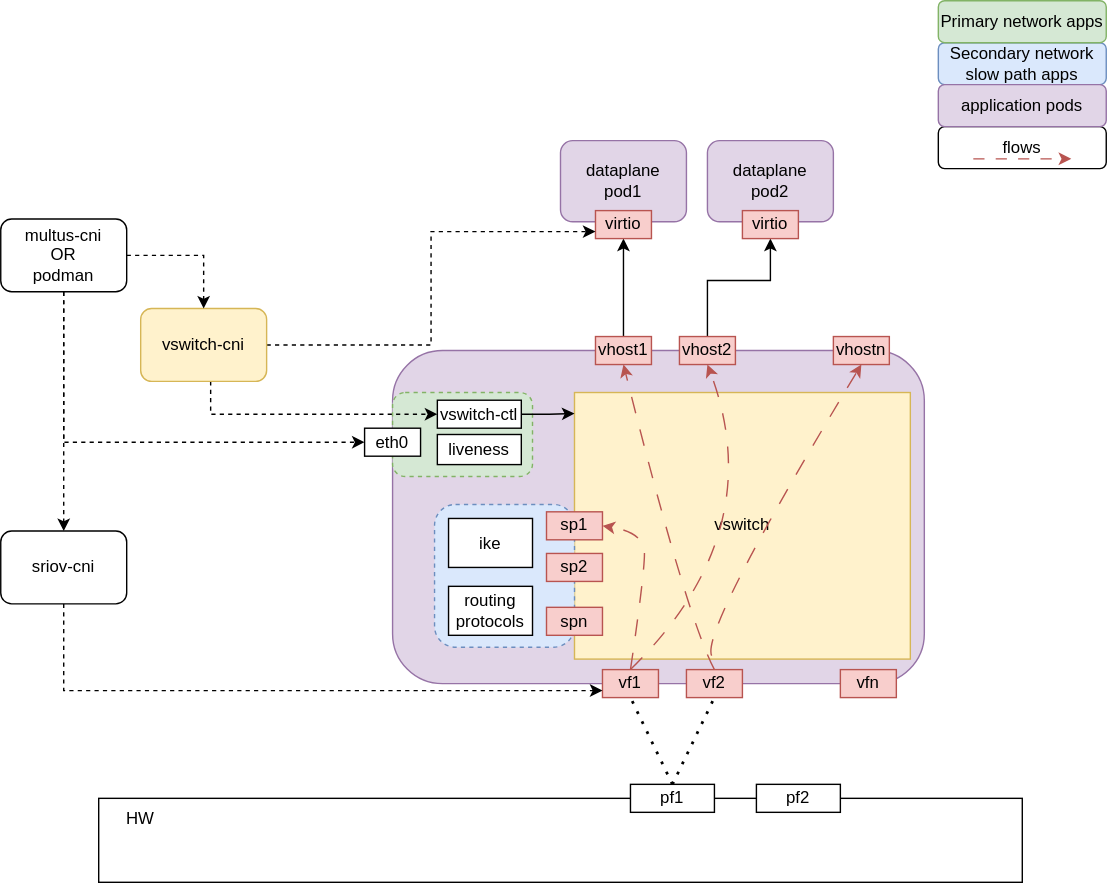
Earlier version of the draw.io export vswitch.drawio.svg (sriramy/vswitch). Source tidied: cells renumbered, new cells last; positions are measured from the earlier drawing's top-left corner, leaving out a move shared by most shapes. Its diagram source:
```xml
<mxGraphModel>
  <root>
    <mxCell id="0" />
    <mxCell id="1" parent="0" />
    <mxCell id="2" value="flows" style="rounded=1;whiteSpace=wrap;html=1;" parent="1" vertex="1">
      <mxGeometry x="670" y="90" width="120" height="30" as="geometry" />
    </mxCell>
    <mxCell id="3" style="rounded=1;whiteSpace=wrap;html=1;fillColor=#e1d5e7;strokeColor=#9673a6;" parent="1" vertex="1">
      <mxGeometry x="280" y="250" width="380" height="238" as="geometry" />
    </mxCell>
    <mxCell id="4" value="vf2" style="rounded=0;whiteSpace=wrap;html=1;fillColor=#f8cecc;strokeColor=#b85450;" parent="1" vertex="1">
      <mxGeometry x="490" y="478" width="40" height="20" as="geometry" />
    </mxCell>
    <mxCell id="5" value="vfn" style="rounded=0;whiteSpace=wrap;html=1;fillColor=#f8cecc;strokeColor=#b85450;" parent="1" vertex="1">
      <mxGeometry x="600" y="478" width="40" height="20" as="geometry" />
    </mxCell>
    <mxCell id="6" style="edgeStyle=orthogonalEdgeStyle;rounded=0;jettySize=auto;html=1;entryX=0.5;entryY=1;entryDx=0;entryDy=0;" parent="1" edge="1" source="7" target="36">
      <mxGeometry relative="1" as="geometry" />
    </mxCell>
    <mxCell id="7" value="vhost1" style="rounded=0;whiteSpace=wrap;html=1;fillColor=#f8cecc;strokeColor=#b85450;" parent="1" vertex="1">
      <mxGeometry x="425" y="240" width="40" height="20" as="geometry" />
    </mxCell>
    <mxCell id="8" style="edgeStyle=orthogonalEdgeStyle;rounded=0;jettySize=auto;html=1;entryX=0.5;entryY=1;entryDx=0;entryDy=0;" parent="1" edge="1" source="9" target="38">
      <mxGeometry relative="1" as="geometry">
        <Array as="points">
          <mxPoint x="505" y="200" />
          <mxPoint x="550" y="200" />
        </Array>
      </mxGeometry>
    </mxCell>
    <mxCell id="9" value="vhost2" style="rounded=0;whiteSpace=wrap;html=1;fillColor=#f8cecc;strokeColor=#b85450;" parent="1" vertex="1">
      <mxGeometry x="485" y="240" width="40" height="20" as="geometry" />
    </mxCell>
    <mxCell id="10" value="vhostn" style="rounded=0;whiteSpace=wrap;html=1;fillColor=#f8cecc;strokeColor=#b85450;" parent="1" vertex="1">
      <mxGeometry x="595" y="240" width="40" height="20" as="geometry" />
    </mxCell>
    <mxCell id="11" style="rounded=0;whiteSpace=wrap;html=1;" parent="1" vertex="1">
      <mxGeometry x="70" y="570" width="660" height="60" as="geometry" />
    </mxCell>
    <mxCell id="12" value="HW" style="text;html=1;strokeColor=none;fillColor=none;align=center;verticalAlign=middle;whiteSpace=wrap;rounded=0;" parent="1" vertex="1">
      <mxGeometry x="70" y="570" width="60" height="30" as="geometry" />
    </mxCell>
    <mxCell id="13" value="pf1" style="rounded=0;whiteSpace=wrap;html=1;" parent="1" vertex="1">
      <mxGeometry x="450" y="560" width="60" height="20" as="geometry" />
    </mxCell>
    <mxCell id="14" value="pf2" style="rounded=0;whiteSpace=wrap;html=1;" parent="1" vertex="1">
      <mxGeometry x="540" y="560" width="60" height="20" as="geometry" />
    </mxCell>
    <mxCell id="15" style="endArrow=none;dashed=1;html=1;dashPattern=1 3;strokeWidth=2;rounded=0;entryX=0.5;entryY=1;entryDx=0;entryDy=0;exitX=0.5;exitY=0;exitDx=0;exitDy=0;" parent="1" edge="1" source="13" target="30">
      <mxGeometry relative="1" as="geometry" />
    </mxCell>
    <mxCell id="16" style="endArrow=none;dashed=1;html=1;dashPattern=1 3;strokeWidth=2;rounded=0;entryX=0.5;entryY=1;entryDx=0;entryDy=0;exitX=0.5;exitY=0;exitDx=0;exitDy=0;" parent="1" edge="1" source="13" target="4">
      <mxGeometry relative="1" as="geometry" />
    </mxCell>
    <mxCell id="17" style="rounded=1;whiteSpace=wrap;html=1;dashed=1;fillColor=#d5e8d4;strokeColor=#82b366;" parent="1" vertex="1">
      <mxGeometry x="280" y="280" width="100" height="60" as="geometry" />
    </mxCell>
    <mxCell id="18" value="vswitch" style="rounded=0;whiteSpace=wrap;html=1;fillColor=#fff2cc;strokeColor=#d6b656;" parent="1" vertex="1">
      <mxGeometry x="410" y="280" width="240" height="190.5" as="geometry" />
    </mxCell>
    <mxCell id="19" style="rounded=1;whiteSpace=wrap;html=1;dashed=1;fillColor=#dae8fc;strokeColor=#6c8ebf;" parent="1" vertex="1">
      <mxGeometry x="310" y="360" width="100" height="102" as="geometry" />
    </mxCell>
    <mxCell id="20" value="ike" style="rounded=0;whiteSpace=wrap;html=1;" parent="1" vertex="1">
      <mxGeometry x="320" y="370" width="60" height="35" as="geometry" />
    </mxCell>
    <mxCell id="21" value="routing protocols" style="rounded=0;whiteSpace=wrap;html=1;" parent="1" vertex="1">
      <mxGeometry x="320" y="418.5" width="60" height="35" as="geometry" />
    </mxCell>
    <mxCell id="22" style="edgeStyle=orthogonalEdgeStyle;rounded=0;jettySize=auto;html=1;entryX=0;entryY=0.079;entryDx=0;entryDy=0;entryPerimeter=0;" parent="1" edge="1" source="23" target="18">
      <mxGeometry relative="1" as="geometry" />
    </mxCell>
    <mxCell id="23" value="vswitch-ctl" style="rounded=0;whiteSpace=wrap;html=1;" parent="1" vertex="1">
      <mxGeometry x="312" y="285.5" width="60" height="20" as="geometry" />
    </mxCell>
    <mxCell id="24" value="Secondary network slow path apps" style="rounded=1;whiteSpace=wrap;html=1;fillColor=#dae8fc;strokeColor=#6c8ebf;" parent="1" vertex="1">
      <mxGeometry x="670" y="30" width="120" height="30" as="geometry" />
    </mxCell>
    <mxCell id="25" value="Primary network apps" style="rounded=1;whiteSpace=wrap;html=1;fillColor=#d5e8d4;strokeColor=#82b366;" parent="1" vertex="1">
      <mxGeometry x="670" width="120" height="30" as="geometry" />
    </mxCell>
    <mxCell id="26" value="sp1" style="rounded=0;whiteSpace=wrap;html=1;fillColor=#f8cecc;strokeColor=#b85450;" parent="1" vertex="1">
      <mxGeometry x="390" y="365.2" width="40" height="20" as="geometry" />
    </mxCell>
    <mxCell id="27" value="sp2" style="rounded=0;whiteSpace=wrap;html=1;fillColor=#f8cecc;strokeColor=#b85450;" parent="1" vertex="1">
      <mxGeometry x="390" y="395" width="40" height="20" as="geometry" />
    </mxCell>
    <mxCell id="28" value="spn" style="rounded=0;whiteSpace=wrap;html=1;fillColor=#f8cecc;strokeColor=#b85450;" parent="1" vertex="1">
      <mxGeometry x="390" y="433.5" width="40" height="20" as="geometry" />
    </mxCell>
    <mxCell id="29" value="eth0" style="rounded=0;whiteSpace=wrap;html=1;" parent="1" vertex="1">
      <mxGeometry x="260" y="305.5" width="40" height="20" as="geometry" />
    </mxCell>
    <mxCell id="30" value="vf1" style="rounded=0;whiteSpace=wrap;html=1;fillColor=#f8cecc;strokeColor=#b85450;" parent="1" vertex="1">
      <mxGeometry x="430" y="478" width="40" height="20" as="geometry" />
    </mxCell>
    <mxCell id="31" value="liveness" style="rounded=0;whiteSpace=wrap;html=1;" parent="1" vertex="1">
      <mxGeometry x="312" y="310" width="60" height="21.5" as="geometry" />
    </mxCell>
    <mxCell id="32" style="curved=1;endArrow=classic;html=1;rounded=0;exitX=0.5;exitY=0;exitDx=0;exitDy=0;entryX=0.5;entryY=1;entryDx=0;entryDy=0;dashed=1;dashPattern=12 12;fillColor=#f8cecc;strokeColor=#b85450;" parent="1" edge="1" source="30" target="9">
      <mxGeometry relative="1" as="geometry">
        <Array as="points">
          <mxPoint x="550" y="380" />
        </Array>
      </mxGeometry>
    </mxCell>
    <mxCell id="33" style="curved=1;endArrow=classic;html=1;rounded=0;exitX=0.5;exitY=0;exitDx=0;exitDy=0;entryX=1;entryY=0.5;entryDx=0;entryDy=0;dashed=1;dashPattern=12 12;fillColor=#f8cecc;strokeColor=#b85450;" parent="1" edge="1" source="30" target="26">
      <mxGeometry relative="1" as="geometry">
        <Array as="points">
          <mxPoint x="460" y="410" />
          <mxPoint x="460" y="380" />
        </Array>
      </mxGeometry>
    </mxCell>
    <mxCell id="34" style="curved=1;endArrow=classic;html=1;rounded=0;exitX=0.5;exitY=0;exitDx=0;exitDy=0;entryX=0.5;entryY=1;entryDx=0;entryDy=0;dashed=1;dashPattern=12 12;fillColor=#f8cecc;strokeColor=#b85450;" parent="1" edge="1" source="4" target="7">
      <mxGeometry relative="1" as="geometry">
        <Array as="points">
          <mxPoint x="490" y="440" />
        </Array>
      </mxGeometry>
    </mxCell>
    <mxCell id="35" value="dataplane&lt;br&gt;pod1" style="rounded=1;whiteSpace=wrap;html=1;fillColor=#e1d5e7;strokeColor=#9673a6;" parent="1" vertex="1">
      <mxGeometry x="400" y="100" width="90" height="58" as="geometry" />
    </mxCell>
    <mxCell id="36" value="virtio" style="rounded=0;whiteSpace=wrap;html=1;fillColor=#f8cecc;strokeColor=#b85450;" parent="1" vertex="1">
      <mxGeometry x="425" y="150" width="40" height="20" as="geometry" />
    </mxCell>
    <mxCell id="37" value="dataplane&lt;br&gt;pod2" style="rounded=1;whiteSpace=wrap;html=1;fillColor=#e1d5e7;strokeColor=#9673a6;" parent="1" vertex="1">
      <mxGeometry x="505" y="100" width="90" height="58" as="geometry" />
    </mxCell>
    <mxCell id="38" value="virtio" style="rounded=0;whiteSpace=wrap;html=1;fillColor=#f8cecc;strokeColor=#b85450;" parent="1" vertex="1">
      <mxGeometry x="530" y="150" width="40" height="20" as="geometry" />
    </mxCell>
    <mxCell id="39" value="application pods" style="rounded=1;whiteSpace=wrap;html=1;fillColor=#e1d5e7;strokeColor=#9673a6;" parent="1" vertex="1">
      <mxGeometry x="670" y="60" width="120" height="30" as="geometry" />
    </mxCell>
    <mxCell id="40" style="curved=1;endArrow=classic;html=1;rounded=0;exitX=0.45;exitY=-0.5;exitDx=0;exitDy=0;entryX=0.5;entryY=1;entryDx=0;entryDy=0;dashed=1;dashPattern=12 12;fillColor=#f8cecc;strokeColor=#b85450;exitPerimeter=0;" parent="1" edge="1" source="4" target="10">
      <mxGeometry relative="1" as="geometry">
        <Array as="points">
          <mxPoint x="500" y="450" />
        </Array>
      </mxGeometry>
    </mxCell>
    <mxCell id="41" style="endArrow=classic;html=1;rounded=0;dashed=1;dashPattern=8 8;fillColor=#f8cecc;strokeColor=#b85450;" parent="1" edge="1">
      <mxGeometry relative="1" as="geometry">
        <mxPoint x="695" y="113" as="sourcePoint" />
        <mxPoint x="765" y="113" as="targetPoint" />
      </mxGeometry>
    </mxCell>
    <mxCell id="42" style="edgeStyle=orthogonalEdgeStyle;rounded=0;jettySize=auto;html=1;entryX=0;entryY=0.75;entryDx=0;entryDy=0;fillColor=#fff2cc;strokeColor=#000000;dashed=1;" parent="1" edge="1" source="44" target="36">
      <mxGeometry relative="1" as="geometry" />
    </mxCell>
    <mxCell id="43" style="edgeStyle=orthogonalEdgeStyle;rounded=0;jettySize=auto;html=1;entryX=0;entryY=0.5;entryDx=0;entryDy=0;fillColor=#fff2cc;strokeColor=#000000;dashed=1;" parent="1" edge="1" source="44" target="23">
      <mxGeometry relative="1" as="geometry">
        <Array as="points">
          <mxPoint x="150" y="296" />
        </Array>
      </mxGeometry>
    </mxCell>
    <mxCell id="44" value="vswitch-cni" style="rounded=1;whiteSpace=wrap;html=1;fillColor=#fff2cc;strokeColor=#d6b656;" parent="1" vertex="1">
      <mxGeometry x="100" y="220" width="90" height="52" as="geometry" />
    </mxCell>
    <mxCell id="45" style="edgeStyle=orthogonalEdgeStyle;rounded=0;jettySize=auto;html=1;entryX=0.5;entryY=0;entryDx=0;entryDy=0;dashed=1;" parent="1" edge="1" source="48" target="44">
      <mxGeometry relative="1" as="geometry" />
    </mxCell>
    <mxCell id="46" style="edgeStyle=orthogonalEdgeStyle;rounded=0;jettySize=auto;html=1;entryX=0;entryY=0.5;entryDx=0;entryDy=0;dashed=1;" parent="1" edge="1" source="48" target="29">
      <mxGeometry relative="1" as="geometry">
        <Array as="points">
          <mxPoint x="45" y="316" />
        </Array>
      </mxGeometry>
    </mxCell>
    <mxCell id="47" style="edgeStyle=orthogonalEdgeStyle;rounded=0;jettySize=auto;html=1;entryX=0.5;entryY=0;entryDx=0;entryDy=0;dashed=1;" parent="1" edge="1" source="48" target="50">
      <mxGeometry relative="1" as="geometry" />
    </mxCell>
    <mxCell id="48" value="multus-cni&lt;br&gt;OR&lt;br&gt;podman" style="rounded=1;whiteSpace=wrap;html=1;" parent="1" vertex="1">
      <mxGeometry y="156" width="90" height="52" as="geometry" />
    </mxCell>
    <mxCell id="49" style="edgeStyle=orthogonalEdgeStyle;rounded=0;jettySize=auto;html=1;entryX=0;entryY=0.75;entryDx=0;entryDy=0;dashed=1;exitX=0.5;exitY=1;exitDx=0;exitDy=0;" parent="1" edge="1" source="50" target="30">
      <mxGeometry relative="1" as="geometry">
        <Array as="points">
          <mxPoint x="45" y="493" />
        </Array>
      </mxGeometry>
    </mxCell>
    <mxCell id="50" value="sriov-cni" style="rounded=1;whiteSpace=wrap;html=1;" parent="1" vertex="1">
      <mxGeometry y="379" width="90" height="52" as="geometry" />
    </mxCell>
  </root>
</mxGraphModel>
```
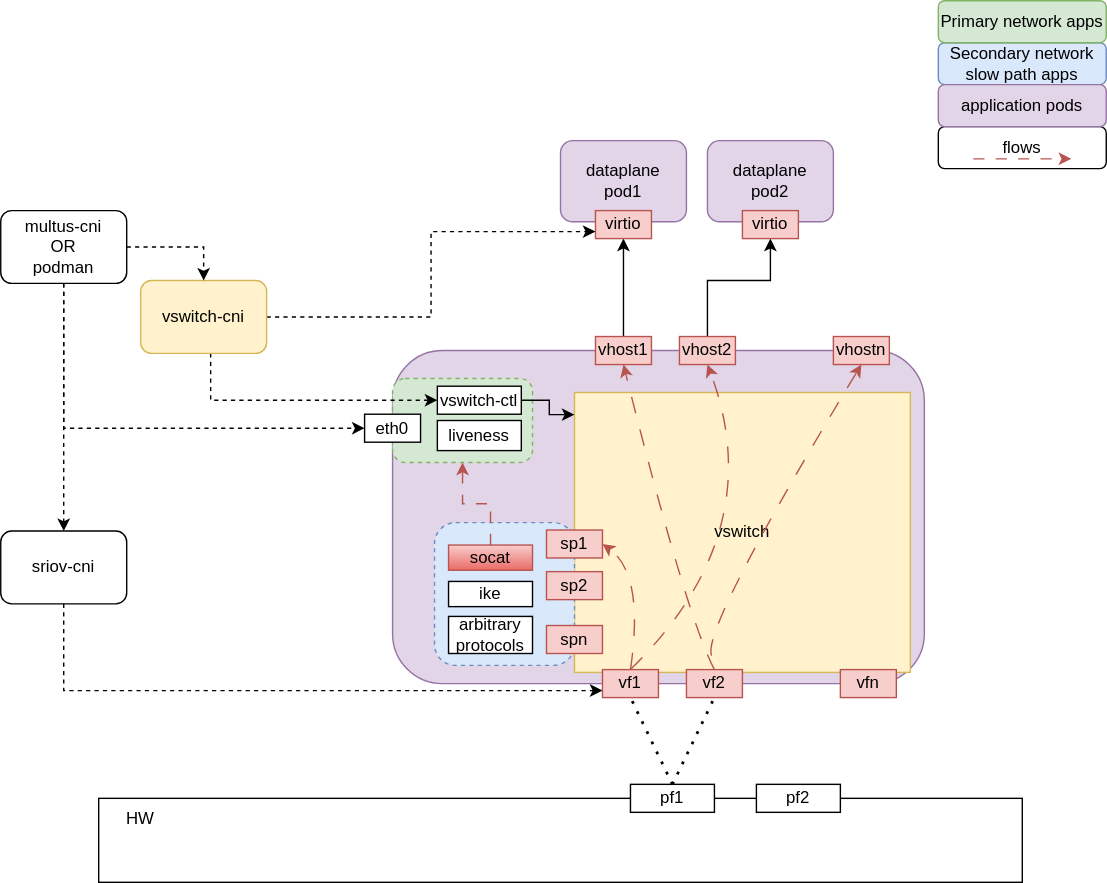
After the change.

What changed in the source:
```diff
@@ -8,12 +8,6 @@
     <mxCell id="3" style="rounded=1;whiteSpace=wrap;html=1;fillColor=#e1d5e7;strokeColor=#9673a6;" parent="1" vertex="1">
       <mxGeometry x="280" y="250" width="380" height="238" as="geometry" />
     </mxCell>
-    <mxCell id="4" value="vf2" style="rounded=0;whiteSpace=wrap;html=1;fillColor=#f8cecc;strokeColor=#b85450;" parent="1" vertex="1">
-      <mxGeometry x="490" y="478" width="40" height="20" as="geometry" />
-    </mxCell>
-    <mxCell id="5" value="vfn" style="rounded=0;whiteSpace=wrap;html=1;fillColor=#f8cecc;strokeColor=#b85450;" parent="1" vertex="1">
-      <mxGeometry x="600" y="478" width="40" height="20" as="geometry" />
-    </mxCell>
     <mxCell id="6" style="edgeStyle=orthogonalEdgeStyle;rounded=0;jettySize=auto;html=1;entryX=0.5;entryY=1;entryDx=0;entryDy=0;" parent="1" edge="1" source="7" target="36">
       <mxGeometry relative="1" as="geometry" />
     </mxCell>
@@ -53,25 +47,25 @@
       <mxGeometry relative="1" as="geometry" />
     </mxCell>
     <mxCell id="17" style="rounded=1;whiteSpace=wrap;html=1;dashed=1;fillColor=#d5e8d4;strokeColor=#82b366;" parent="1" vertex="1">
-      <mxGeometry x="280" y="280" width="100" height="60" as="geometry" />
+      <mxGeometry x="280" y="270" width="100" height="60" as="geometry" />
     </mxCell>
     <mxCell id="18" value="vswitch" style="rounded=0;whiteSpace=wrap;html=1;fillColor=#fff2cc;strokeColor=#d6b656;" parent="1" vertex="1">
-      <mxGeometry x="410" y="280" width="240" height="190.5" as="geometry" />
+      <mxGeometry x="410" y="280" width="240" height="200" as="geometry" />
     </mxCell>
     <mxCell id="19" style="rounded=1;whiteSpace=wrap;html=1;dashed=1;fillColor=#dae8fc;strokeColor=#6c8ebf;" parent="1" vertex="1">
-      <mxGeometry x="310" y="360" width="100" height="102" as="geometry" />
+      <mxGeometry x="310" y="373" width="100" height="102" as="geometry" />
     </mxCell>
     <mxCell id="20" value="ike" style="rounded=0;whiteSpace=wrap;html=1;" parent="1" vertex="1">
-      <mxGeometry x="320" y="370" width="60" height="35" as="geometry" />
+      <mxGeometry x="320" y="415" width="60" height="18" as="geometry" />
     </mxCell>
-    <mxCell id="21" value="routing protocols" style="rounded=0;whiteSpace=wrap;html=1;" parent="1" vertex="1">
-      <mxGeometry x="320" y="418.5" width="60" height="35" as="geometry" />
+    <mxCell id="21" value="arbitrary protocols" style="rounded=0;whiteSpace=wrap;html=1;" parent="1" vertex="1">
+      <mxGeometry x="320" y="440" width="60" height="26.5" as="geometry" />
     </mxCell>
     <mxCell id="22" style="edgeStyle=orthogonalEdgeStyle;rounded=0;jettySize=auto;html=1;entryX=0;entryY=0.079;entryDx=0;entryDy=0;entryPerimeter=0;" parent="1" edge="1" source="23" target="18">
       <mxGeometry relative="1" as="geometry" />
     </mxCell>
     <mxCell id="23" value="vswitch-ctl" style="rounded=0;whiteSpace=wrap;html=1;" parent="1" vertex="1">
-      <mxGeometry x="312" y="285.5" width="60" height="20" as="geometry" />
+      <mxGeometry x="312" y="275.5" width="60" height="20" as="geometry" />
     </mxCell>
     <mxCell id="24" value="Secondary network slow path apps" style="rounded=1;whiteSpace=wrap;html=1;fillColor=#dae8fc;strokeColor=#6c8ebf;" parent="1" vertex="1">
       <mxGeometry x="670" y="30" width="120" height="30" as="geometry" />
@@ -80,22 +74,22 @@
       <mxGeometry x="670" width="120" height="30" as="geometry" />
     </mxCell>
     <mxCell id="26" value="sp1" style="rounded=0;whiteSpace=wrap;html=1;fillColor=#f8cecc;strokeColor=#b85450;" parent="1" vertex="1">
-      <mxGeometry x="390" y="365.2" width="40" height="20" as="geometry" />
+      <mxGeometry x="390" y="378.2" width="40" height="20" as="geometry" />
     </mxCell>
     <mxCell id="27" value="sp2" style="rounded=0;whiteSpace=wrap;html=1;fillColor=#f8cecc;strokeColor=#b85450;" parent="1" vertex="1">
-      <mxGeometry x="390" y="395" width="40" height="20" as="geometry" />
+      <mxGeometry x="390" y="408" width="40" height="20" as="geometry" />
     </mxCell>
     <mxCell id="28" value="spn" style="rounded=0;whiteSpace=wrap;html=1;fillColor=#f8cecc;strokeColor=#b85450;" parent="1" vertex="1">
-      <mxGeometry x="390" y="433.5" width="40" height="20" as="geometry" />
+      <mxGeometry x="390" y="446.5" width="40" height="20" as="geometry" />
     </mxCell>
     <mxCell id="29" value="eth0" style="rounded=0;whiteSpace=wrap;html=1;" parent="1" vertex="1">
-      <mxGeometry x="260" y="305.5" width="40" height="20" as="geometry" />
+      <mxGeometry x="260" y="295.5" width="40" height="20" as="geometry" />
     </mxCell>
     <mxCell id="30" value="vf1" style="rounded=0;whiteSpace=wrap;html=1;fillColor=#f8cecc;strokeColor=#b85450;" parent="1" vertex="1">
       <mxGeometry x="430" y="478" width="40" height="20" as="geometry" />
     </mxCell>
     <mxCell id="31" value="liveness" style="rounded=0;whiteSpace=wrap;html=1;" parent="1" vertex="1">
-      <mxGeometry x="312" y="310" width="60" height="21.5" as="geometry" />
+      <mxGeometry x="312" y="300" width="60" height="21.5" as="geometry" />
     </mxCell>
     <mxCell id="32" style="curved=1;endArrow=classic;html=1;rounded=0;exitX=0.5;exitY=0;exitDx=0;exitDy=0;entryX=0.5;entryY=1;entryDx=0;entryDy=0;dashed=1;dashPattern=12 12;fillColor=#f8cecc;strokeColor=#b85450;" parent="1" edge="1" source="30" target="9">
       <mxGeometry relative="1" as="geometry">
@@ -108,7 +102,6 @@
       <mxGeometry relative="1" as="geometry">
         <Array as="points">
           <mxPoint x="460" y="410" />
-          <mxPoint x="460" y="380" />
         </Array>
       </mxGeometry>
     </mxCell>
@@ -153,12 +146,12 @@
     <mxCell id="43" style="edgeStyle=orthogonalEdgeStyle;rounded=0;jettySize=auto;html=1;entryX=0;entryY=0.5;entryDx=0;entryDy=0;fillColor=#fff2cc;strokeColor=#000000;dashed=1;" parent="1" edge="1" source="44" target="23">
       <mxGeometry relative="1" as="geometry">
         <Array as="points">
-          <mxPoint x="150" y="296" />
+          <mxPoint x="150" y="286" />
         </Array>
       </mxGeometry>
     </mxCell>
     <mxCell id="44" value="vswitch-cni" style="rounded=1;whiteSpace=wrap;html=1;fillColor=#fff2cc;strokeColor=#d6b656;" parent="1" vertex="1">
-      <mxGeometry x="100" y="220" width="90" height="52" as="geometry" />
+      <mxGeometry x="100" y="200" width="90" height="52" as="geometry" />
     </mxCell>
     <mxCell id="45" style="edgeStyle=orthogonalEdgeStyle;rounded=0;jettySize=auto;html=1;entryX=0.5;entryY=0;entryDx=0;entryDy=0;dashed=1;" parent="1" edge="1" source="48" target="44">
       <mxGeometry relative="1" as="geometry" />
@@ -166,7 +159,7 @@
     <mxCell id="46" style="edgeStyle=orthogonalEdgeStyle;rounded=0;jettySize=auto;html=1;entryX=0;entryY=0.5;entryDx=0;entryDy=0;dashed=1;" parent="1" edge="1" source="48" target="29">
       <mxGeometry relative="1" as="geometry">
         <Array as="points">
-          <mxPoint x="45" y="316" />
+          <mxPoint x="45" y="306" />
         </Array>
       </mxGeometry>
     </mxCell>
@@ -174,7 +167,7 @@
       <mxGeometry relative="1" as="geometry" />
     </mxCell>
     <mxCell id="48" value="multus-cni&lt;br&gt;OR&lt;br&gt;podman" style="rounded=1;whiteSpace=wrap;html=1;" parent="1" vertex="1">
-      <mxGeometry y="156" width="90" height="52" as="geometry" />
+      <mxGeometry y="150" width="90" height="52" as="geometry" />
     </mxCell>
     <mxCell id="49" style="edgeStyle=orthogonalEdgeStyle;rounded=0;jettySize=auto;html=1;entryX=0;entryY=0.75;entryDx=0;entryDy=0;dashed=1;exitX=0.5;exitY=1;exitDx=0;exitDy=0;" parent="1" edge="1" source="50" target="30">
       <mxGeometry relative="1" as="geometry">
@@ -186,5 +179,17 @@
     <mxCell id="50" value="sriov-cni" style="rounded=1;whiteSpace=wrap;html=1;" parent="1" vertex="1">
       <mxGeometry y="379" width="90" height="52" as="geometry" />
     </mxCell>
+    <mxCell id="5" value="vfn" style="rounded=0;whiteSpace=wrap;html=1;fillColor=#f8cecc;strokeColor=#b85450;" parent="1" vertex="1">
+      <mxGeometry x="600" y="478" width="40" height="20" as="geometry" />
+    </mxCell>
+    <mxCell id="4" value="vf2" style="rounded=0;whiteSpace=wrap;html=1;fillColor=#f8cecc;strokeColor=#b85450;" parent="1" vertex="1">
+      <mxGeometry x="490" y="478" width="40" height="20" as="geometry" />
+    </mxCell>
+    <mxCell id="51" style="edgeStyle=orthogonalEdgeStyle;rounded=0;jettySize=auto;html=1;entryX=0.5;entryY=1;entryDx=0;entryDy=0;dashed=1;dashPattern=8 8;fillColor=#f8cecc;strokeColor=#b85450;" parent="1" edge="1" source="52" target="17">
+      <mxGeometry relative="1" as="geometry" />
+    </mxCell>
+    <mxCell id="52" value="socat" style="rounded=0;whiteSpace=wrap;html=1;fillColor=#f8cecc;strokeColor=#b85450;gradientColor=#ea6b66;" parent="1" vertex="1">
+      <mxGeometry x="320" y="389" width="60" height="18" as="geometry" />
+    </mxCell>
   </root>
 </mxGraphModel>
```
